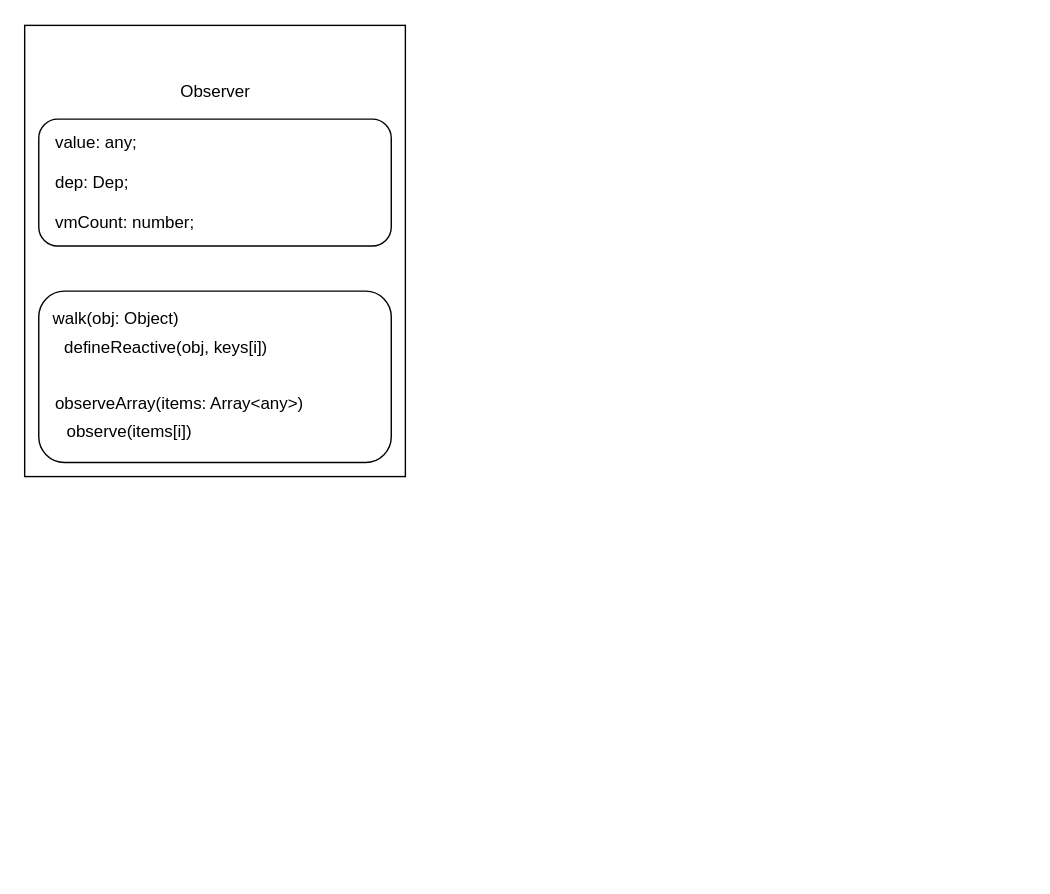
This is Untitled Diagram.drawio from asemono/noteBook, a draw.io file, before an edit. Source tidied: cells renumbered, new cells numbered last; positions are measured from the earlier drawing's top-left corner, leaving out a move shared by most shapes. Both pictures are drawn from the tidied source at 141%, with x=0, y=0 at pixel (24, 24).
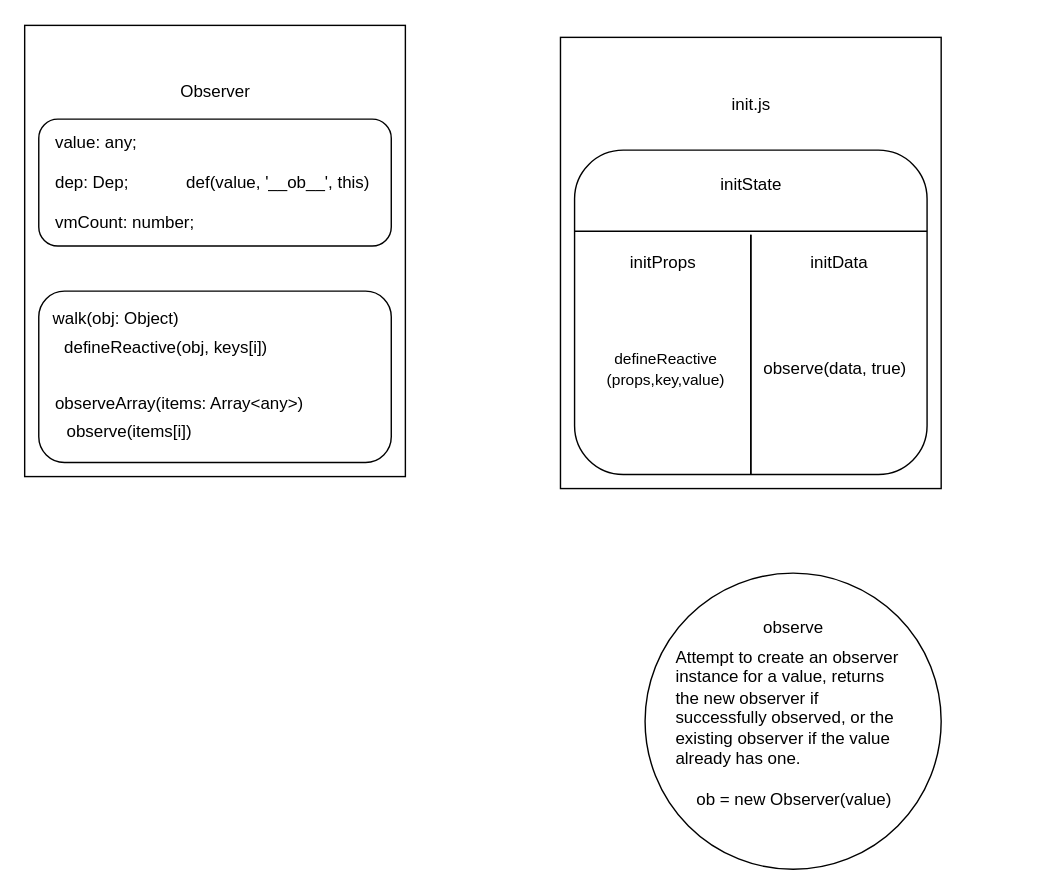
Above is the later version.

The edit, as a diff of the source:
```diff
@@
     <mxCell id="2" style="group;" parent="1" vertex="1">
-      <mxGeometry y="10.5" width="270" height="320" as="geometry" />
+      <mxGeometry y="10.5" width="330" height="320" as="geometry" />
     </mxCell>
@@
+    <mxCell id="12" value="def(value, '__ob__', this)" style="text;html=1;strokeColor=none;fillColor=none;align=center;verticalAlign=middle;whiteSpace=wrap;rounded=0;" parent="2" vertex="1">
+      <mxGeometry x="100" y="91.5" width="160" height="20" as="geometry" />
+    </mxCell>
+    <mxCell id="13" style="group;" parent="1" vertex="1">
+      <mxGeometry x="380" y="19" width="330" height="320" as="geometry" />
+    </mxCell>
+    <mxCell id="14" style="group;" parent="13" vertex="1">
+      <mxGeometry width="330" height="320" as="geometry" />
+    </mxCell>
+    <mxCell id="15" style="group;" parent="14" vertex="1">
+      <mxGeometry y="-10" width="270" height="320" as="geometry" />
+    </mxCell>
+    <mxCell id="16" style="rounded=0;whiteSpace=wrap;html=1;" parent="15" vertex="1">
+      <mxGeometry width="270" height="320" as="geometry" />
+    </mxCell>
+    <mxCell id="17" value="init.js" style="text;html=1;strokeColor=none;fillColor=none;align=center;verticalAlign=middle;whiteSpace=wrap;rounded=0;" parent="15" vertex="1">
+      <mxGeometry x="67.5" y="28.8" width="135" height="37.6" as="geometry" />
+    </mxCell>
+    <mxCell id="18" style="rounded=1;whiteSpace=wrap;html=1;align=left;" parent="15" vertex="1">
+      <mxGeometry x="10" y="80" width="250" height="230" as="geometry" />
+    </mxCell>
+    <mxCell id="19" value="initState" style="text;html=1;strokeColor=none;fillColor=none;align=center;verticalAlign=middle;whiteSpace=wrap;rounded=0;" parent="15" vertex="1">
+      <mxGeometry x="102.5" y="90" width="65" height="30" as="geometry" />
+    </mxCell>
+    <mxCell id="20" style="endArrow=none;html=1;exitX=0;exitY=0.25;exitDx=0;exitDy=0;entryX=1;entryY=0.25;entryDx=0;entryDy=0;" parent="15" edge="1" source="18" target="18">
+      <mxGeometry relative="1" as="geometry" />
+    </mxCell>
+    <mxCell id="21" value="initProps" style="text;html=1;strokeColor=none;fillColor=none;align=center;verticalAlign=middle;whiteSpace=wrap;rounded=0;" parent="15" vertex="1">
+      <mxGeometry x="42.5" y="150" width="60" height="20" as="geometry" />
+    </mxCell>
+    <mxCell id="22" value="initData" style="text;html=1;strokeColor=none;fillColor=none;align=center;verticalAlign=middle;whiteSpace=wrap;rounded=0;" parent="15" vertex="1">
+      <mxGeometry x="167.5" y="150" width="60" height="20" as="geometry" />
+    </mxCell>
+    <mxCell id="23" value="&lt;font style=&quot;font-size: 11px&quot;&gt;defineReactive&lt;br&gt;(props,key,value)&lt;/font&gt;" style="text;html=1;strokeColor=none;fillColor=none;align=center;verticalAlign=middle;whiteSpace=wrap;rounded=0;" parent="15" vertex="1">
+      <mxGeometry x="20" y="180" width="110" height="110" as="geometry" />
+    </mxCell>
+    <mxCell id="24" value="observe(data, true)" style="text;html=1;strokeColor=none;fillColor=none;align=center;verticalAlign=middle;whiteSpace=wrap;rounded=0;" parent="15" vertex="1">
+      <mxGeometry x="140" y="180" width="110" height="110" as="geometry" />
+    </mxCell>
+    <mxCell id="25" style="endArrow=none;html=1;exitX=0.5;exitY=1;exitDx=0;exitDy=0;" parent="13" edge="1" source="18">
+      <mxGeometry relative="1" as="geometry">
+        <mxPoint x="135" y="130" as="targetPoint" />
+      </mxGeometry>
+    </mxCell>
+    <mxCell id="26" style="endArrow=none;html=1;exitX=0.5;exitY=1;exitDx=0;exitDy=0;" parent="13" edge="1" source="18">
+      <mxGeometry relative="1" as="geometry">
+        <mxPoint x="135" y="130" as="targetPoint" />
+      </mxGeometry>
+    </mxCell>
+    <mxCell id="27" style="ellipse;whiteSpace=wrap;html=1;" parent="1" vertex="1">
+      <mxGeometry x="440" y="389" width="210" height="210" as="geometry" />
+    </mxCell>
+    <mxCell id="28" value="observe" style="text;html=1;strokeColor=none;fillColor=none;align=center;verticalAlign=middle;whiteSpace=wrap;rounded=0;" parent="1" vertex="1">
+      <mxGeometry x="477.5" y="409" width="135" height="37.6" as="geometry" />
+    </mxCell>
+    <mxCell id="29" value="Attempt to create an observer instance for a value, returns the new observer if successfully observed, or the existing observer if the value already has one.&lt;br&gt;&lt;br&gt;&lt;div style=&quot;text-align: center&quot;&gt;&lt;span&gt;ob = new Observer(value)&lt;/span&gt;&lt;/div&gt;" style="text;html=1;strokeColor=none;fillColor=none;align=left;verticalAlign=middle;whiteSpace=wrap;rounded=0;" parent="1" vertex="1">
+      <mxGeometry x="460" y="439" width="170" height="120" as="geometry" />
+    </mxCell>
```
